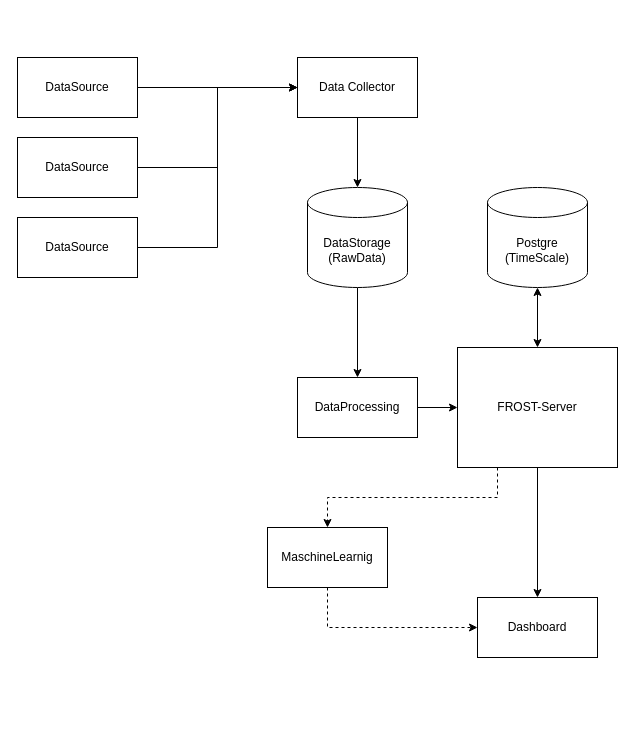
OOWVSebastianWerner/SensorHub keeps this draw.io diagram as SensorHub.drawio. Above is the earlier version. Source tidied: cells renumbered, new cells numbered last; positions are measured from the earlier drawing's top-left corner, leaving out a move shared by most shapes. Both pictures are drawn from the tidied source at 100%, with x=0, y=0 at pixel (17, 57).
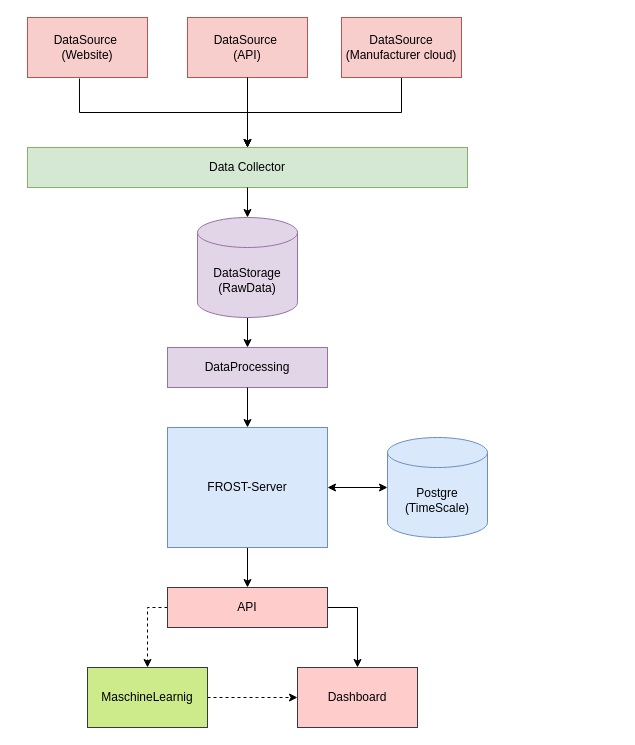
Above is the later version.

Diff of the diagram source:
```diff
@@
-    <mxCell id="2" style="edgeStyle=orthogonalEdgeStyle;rounded=0;jettySize=auto;html=1;" parent="1" edge="1" source="4" target="10">
+    <mxCell id="2" style="edgeStyle=orthogonalEdgeStyle;rounded=0;jettySize=auto;html=1;exitX=1;exitY=0.5;exitDx=0;exitDy=0;" parent="1" edge="1" source="23" target="10">
       <mxGeometry relative="1" as="geometry" />
     </mxCell>
-    <mxCell id="3" style="edgeStyle=orthogonalEdgeStyle;rounded=0;jettySize=auto;html=1;exitX=0.25;exitY=1;exitDx=0;exitDy=0;entryX=0.5;entryY=0;entryDx=0;entryDy=0;dashed=1;" parent="1" edge="1" source="4" target="12">
+    <mxCell id="3" style="edgeStyle=orthogonalEdgeStyle;rounded=0;jettySize=auto;html=1;exitX=0;exitY=0.5;exitDx=0;exitDy=0;entryX=0.5;entryY=0;entryDx=0;entryDy=0;dashed=1;" parent="1" edge="1" source="23" target="12">
       <mxGeometry relative="1" as="geometry" />
     </mxCell>
+    <mxCell id="22" style="edgeStyle=orthogonalEdgeStyle;rounded=0;jettySize=auto;html=1;entryX=0.5;entryY=0;entryDx=0;entryDy=0;exitX=0.5;exitY=1;exitDx=0;exitDy=0;" parent="1" edge="1" source="4" target="23">
+      <mxGeometry relative="1" as="geometry">
+        <Array as="points">
+          <mxPoint x="230" y="490" />
+          <mxPoint x="230" y="490" />
+        </Array>
+      </mxGeometry>
+    </mxCell>
-    <mxCell id="4" value="FROST-Server" style="rounded=0;whiteSpace=wrap;html=1;" parent="1" vertex="1">
-      <mxGeometry x="440" y="290" width="160" height="120" as="geometry" />
+    <mxCell id="4" value="FROST-Server" style="rounded=0;whiteSpace=wrap;html=1;fillColor=#dae8fc;strokeColor=#6c8ebf;" parent="1" vertex="1">
+      <mxGeometry x="150" y="370" width="160" height="120" as="geometry" />
     </mxCell>
-    <mxCell id="5" style="edgeStyle=orthogonalEdgeStyle;rounded=0;jettySize=auto;html=1;exitX=1;exitY=0.5;exitDx=0;exitDy=0;entryX=0;entryY=0.5;entryDx=0;entryDy=0;" parent="1" edge="1" source="6" target="20">
+    <mxCell id="5" style="edgeStyle=orthogonalEdgeStyle;rounded=0;jettySize=auto;html=1;exitX=0.5;exitY=1;exitDx=0;exitDy=0;entryX=0.5;entryY=0;entryDx=0;entryDy=0;" parent="1" edge="1" source="6" target="20">
       <mxGeometry relative="1" as="geometry" />
     </mxCell>
-    <mxCell id="6" value="DataSource" style="rounded=0;whiteSpace=wrap;html=1;" parent="1" vertex="1">
-      <mxGeometry width="120" height="60" as="geometry" />
+    <mxCell id="6" value="DataSource (Manufacturer cloud)" style="rounded=0;whiteSpace=wrap;html=1;fillColor=#f8cecc;strokeColor=#b85450;" parent="1" vertex="1">
+      <mxGeometry x="324" y="-40" width="120" height="60" as="geometry" />
     </mxCell>
-    <mxCell id="7" value="DataSource" style="rounded=0;whiteSpace=wrap;html=1;" parent="1" vertex="1">
-      <mxGeometry y="80" width="120" height="60" as="geometry" />
+    <mxCell id="7" value="DataSource&amp;nbsp;&lt;div&gt;(API)&lt;/div&gt;" style="rounded=0;whiteSpace=wrap;html=1;fillColor=#f8cecc;strokeColor=#b85450;" parent="1" vertex="1">
+      <mxGeometry x="170" y="-40" width="120" height="60" as="geometry" />
     </mxCell>
-    <mxCell id="8" style="edgeStyle=orthogonalEdgeStyle;rounded=0;jettySize=auto;html=1;exitX=1;exitY=0.5;exitDx=0;exitDy=0;entryX=0;entryY=0.5;entryDx=0;entryDy=0;" parent="1" edge="1" source="9" target="20">
+    <mxCell id="8" style="edgeStyle=orthogonalEdgeStyle;rounded=0;jettySize=auto;html=1;exitX=0.433;exitY=1.017;exitDx=0;exitDy=0;entryX=0.5;entryY=0;entryDx=0;entryDy=0;exitPerimeter=0;" parent="1" edge="1" source="9" target="20">
       <mxGeometry relative="1" as="geometry" />
     </mxCell>
-    <mxCell id="9" value="DataSource" style="rounded=0;whiteSpace=wrap;html=1;" parent="1" vertex="1">
-      <mxGeometry y="160" width="120" height="60" as="geometry" />
+    <mxCell id="9" value="DataSource&amp;nbsp;&lt;div&gt;(Website)&lt;/div&gt;" style="rounded=0;whiteSpace=wrap;html=1;fillColor=#f8cecc;strokeColor=#b85450;" parent="1" vertex="1">
+      <mxGeometry x="10" y="-40" width="120" height="60" as="geometry" />
     </mxCell>
-    <mxCell id="10" value="Dashboard" style="rounded=0;whiteSpace=wrap;html=1;" parent="1" vertex="1">
-      <mxGeometry x="460" y="540" width="120" height="60" as="geometry" />
+    <mxCell id="10" value="Dashboard" style="rounded=0;whiteSpace=wrap;html=1;fillColor=#ffcccc;strokeColor=#36393d;" parent="1" vertex="1">
+      <mxGeometry x="280" y="610" width="120" height="60" as="geometry" />
     </mxCell>
     <mxCell id="11" style="edgeStyle=orthogonalEdgeStyle;rounded=0;jettySize=auto;html=1;dashed=1;" parent="1" edge="1" source="12" target="10">
       <mxGeometry relative="1" as="geometry">
         <Array as="points">
-          <mxPoint x="310" y="570" />
+          <mxPoint x="240" y="640" />
+          <mxPoint x="240" y="640" />
         </Array>
       </mxGeometry>
     </mxCell>
-    <mxCell id="12" value="MaschineLearnig" style="rounded=0;whiteSpace=wrap;html=1;" parent="1" vertex="1">
-      <mxGeometry x="250" y="470" width="120" height="60" as="geometry" />
+    <mxCell id="12" value="MaschineLearnig" style="rounded=0;whiteSpace=wrap;html=1;fillColor=#cdeb8b;strokeColor=#36393d;" parent="1" vertex="1">
+      <mxGeometry x="70" y="610" width="120" height="60" as="geometry" />
     </mxCell>
-    <mxCell id="13" value="DataProcessing" style="rounded=0;whiteSpace=wrap;html=1;" parent="1" vertex="1">
-      <mxGeometry x="280" y="320" width="120" height="60" as="geometry" />
+    <mxCell id="13" value="DataProcessing" style="rounded=0;whiteSpace=wrap;html=1;fillColor=#e1d5e7;strokeColor=#9673a6;" parent="1" vertex="1">
+      <mxGeometry x="150" y="290" width="160" height="40" as="geometry" />
     </mxCell>
-    <mxCell id="14" style="edgeStyle=orthogonalEdgeStyle;rounded=0;jettySize=auto;html=1;exitX=1;exitY=0.5;exitDx=0;exitDy=0;entryX=0;entryY=0.5;entryDx=0;entryDy=0;" parent="1" edge="1" source="13" target="4">
+    <mxCell id="14" style="edgeStyle=orthogonalEdgeStyle;rounded=0;jettySize=auto;html=1;exitX=0.5;exitY=1;exitDx=0;exitDy=0;entryX=0.5;entryY=0;entryDx=0;entryDy=0;" parent="1" edge="1" source="13" target="4">
       <mxGeometry relative="1" as="geometry" />
     </mxCell>
-    <mxCell id="15" style="edgeStyle=orthogonalEdgeStyle;rounded=0;jettySize=auto;html=1;exitX=0.5;exitY=1;exitDx=0;exitDy=0;exitPerimeter=0;startArrow=classic;startFill=1;" parent="1" edge="1" source="16" target="4">
+    <mxCell id="15" style="edgeStyle=orthogonalEdgeStyle;rounded=0;jettySize=auto;html=1;exitX=0;exitY=0.5;exitDx=0;exitDy=0;exitPerimeter=0;startArrow=classic;startFill=1;" parent="1" edge="1" source="16" target="4">
       <mxGeometry relative="1" as="geometry" />
     </mxCell>
-    <mxCell id="16" value="Postgre (TimeScale)" style="shape=cylinder3;whiteSpace=wrap;html=1;boundedLbl=1;backgroundOutline=1;size=15;" parent="1" vertex="1">
-      <mxGeometry x="470" y="130" width="100" height="100" as="geometry" />
+    <mxCell id="16" value="Postgre (TimeScale)" style="shape=cylinder3;whiteSpace=wrap;html=1;boundedLbl=1;backgroundOutline=1;size=15;fillColor=#dae8fc;strokeColor=#6c8ebf;" parent="1" vertex="1">
+      <mxGeometry x="370" y="380" width="100" height="100" as="geometry" />
     </mxCell>
@@
-    <mxCell id="18" value="DataStorage (RawData)" style="shape=cylinder3;whiteSpace=wrap;html=1;boundedLbl=1;backgroundOutline=1;size=15;" parent="1" vertex="1">
-      <mxGeometry x="290" y="130" width="100" height="100" as="geometry" />
+    <mxCell id="18" value="DataStorage (RawData)" style="shape=cylinder3;whiteSpace=wrap;html=1;boundedLbl=1;backgroundOutline=1;size=15;fillColor=#e1d5e7;strokeColor=#9673a6;" parent="1" vertex="1">
+      <mxGeometry x="180" y="160" width="100" height="100" as="geometry" />
     </mxCell>
-    <mxCell id="19" style="edgeStyle=orthogonalEdgeStyle;rounded=0;jettySize=auto;html=1;exitX=1;exitY=0.5;exitDx=0;exitDy=0;entryX=0;entryY=0.5;entryDx=0;entryDy=0;" parent="1" edge="1" source="7" target="20">
+    <mxCell id="19" style="edgeStyle=orthogonalEdgeStyle;rounded=0;jettySize=auto;html=1;exitX=0.5;exitY=1;exitDx=0;exitDy=0;entryX=0.5;entryY=0;entryDx=0;entryDy=0;" parent="1" edge="1" source="7" target="20">
       <mxGeometry relative="1" as="geometry" />
     </mxCell>
-    <mxCell id="20" value="Data Collector" style="rounded=0;whiteSpace=wrap;html=1;" parent="1" vertex="1">
-      <mxGeometry x="280" width="120" height="60" as="geometry" />
+    <mxCell id="20" value="Data Collector" style="rounded=0;whiteSpace=wrap;html=1;fillColor=#d5e8d4;strokeColor=#82b366;" parent="1" vertex="1">
+      <mxGeometry x="10" y="90" width="440" height="40" as="geometry" />
     </mxCell>
-    <mxCell id="21" style="edgeStyle=orthogonalEdgeStyle;rounded=0;jettySize=auto;html=1;exitX=0.5;exitY=1;exitDx=0;exitDy=0;entryX=0.5;entryY=0;entryDx=0;entryDy=0;entryPerimeter=0;" parent="1" edge="1" source="20" target="18">
+    <mxCell id="21" style="edgeStyle=orthogonalEdgeStyle;rounded=0;jettySize=auto;html=1;exitX=0.5;exitY=1;exitDx=0;exitDy=0;" parent="1" edge="1" source="20" target="18">
       <mxGeometry relative="1" as="geometry" />
     </mxCell>
+    <mxCell id="23" value="API" style="rounded=0;whiteSpace=wrap;html=1;fillColor=#ffcccc;strokeColor=#36393d;" parent="1" vertex="1">
+      <mxGeometry x="150" y="530" width="160" height="40" as="geometry" />
+    </mxCell>
```
